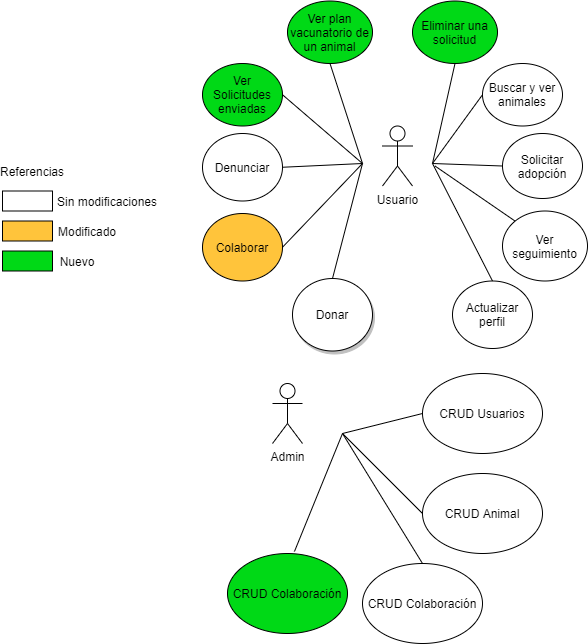
Above: Entregas/Entrega 4/DiagramaCasosDeUsoEntrega4.png in ezecarrascosa/refugio-docs (draw.io), before the change. Source tidied: cells renumbered, new cells last; positions are measured from the earlier drawing's top-left corner, leaving out a move shared by most shapes.
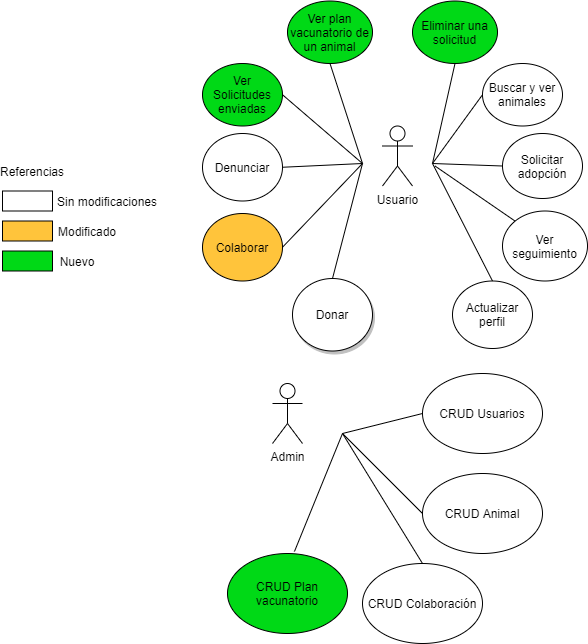
Later version of the same file.

What changed in the source:
```diff
@@ -133,7 +133,7 @@
     <mxCell id="36" value="Eliminar una solicitud" style="ellipse;whiteSpace=wrap;html=1;fillColor=#00D916;" parent="1" vertex="1">
       <mxGeometry x="410" y="-0.5" width="85" height="62.5" as="geometry" />
     </mxCell>
-    <mxCell id="37" value="CRUD Colaboración" style="ellipse;whiteSpace=wrap;html=1;fillColor=#00D916;" parent="1" vertex="1">
+    <mxCell id="37" value="CRUD Plan vacunatorio" style="ellipse;whiteSpace=wrap;html=1;fillColor=#00D916;" parent="1" vertex="1">
       <mxGeometry x="225" y="552" width="120" height="80" as="geometry" />
     </mxCell>
     <mxCell id="38" style="endArrow=none;html=1;exitX=0.558;exitY=-0.025;exitDx=0;exitDy=0;exitPerimeter=0;" parent="1" edge="1" source="37">
```
